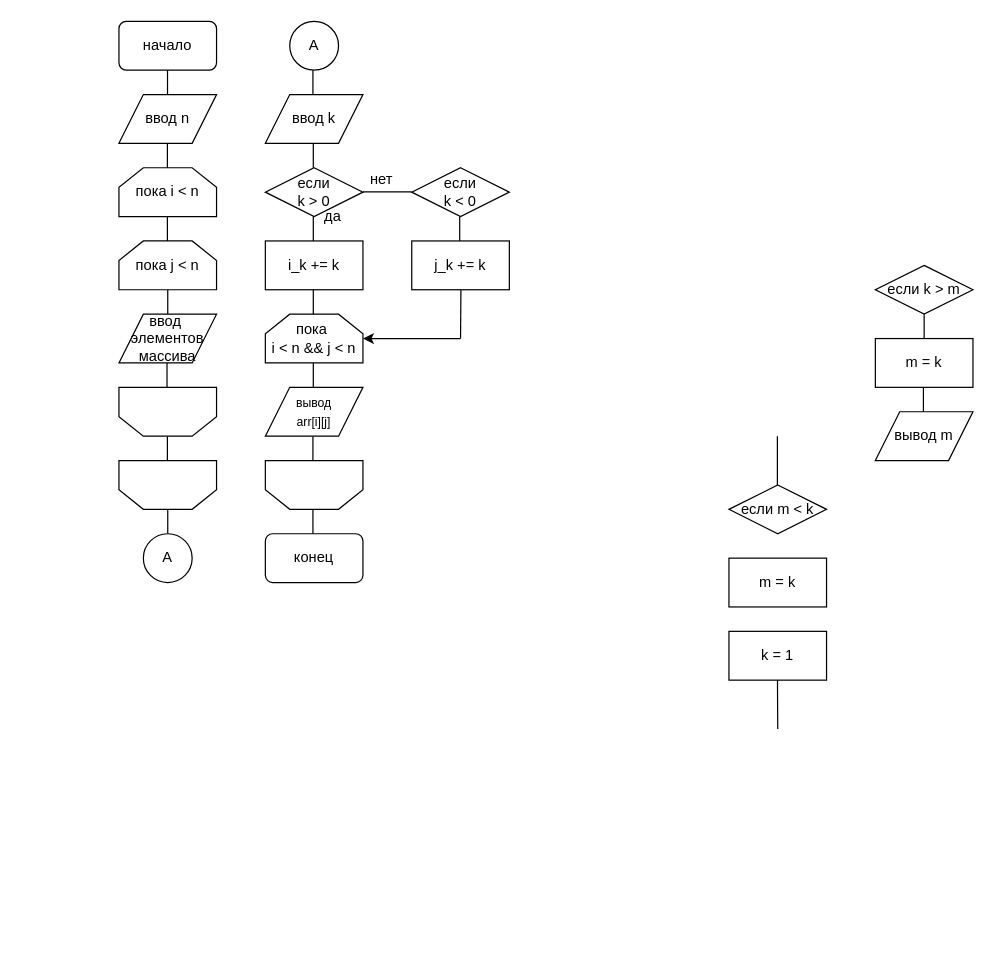
This is Untitled Diagram.drawio from AGCher/TiMP_lab1, a draw.io file, before an edit. Source tidied: cells renumbered, new cells numbered last; positions are measured from the earlier drawing's top-left corner, leaving out a move shared by most shapes. Both pictures are drawn from the tidied source at 122%, with x=0, y=0 at pixel (118, 21).
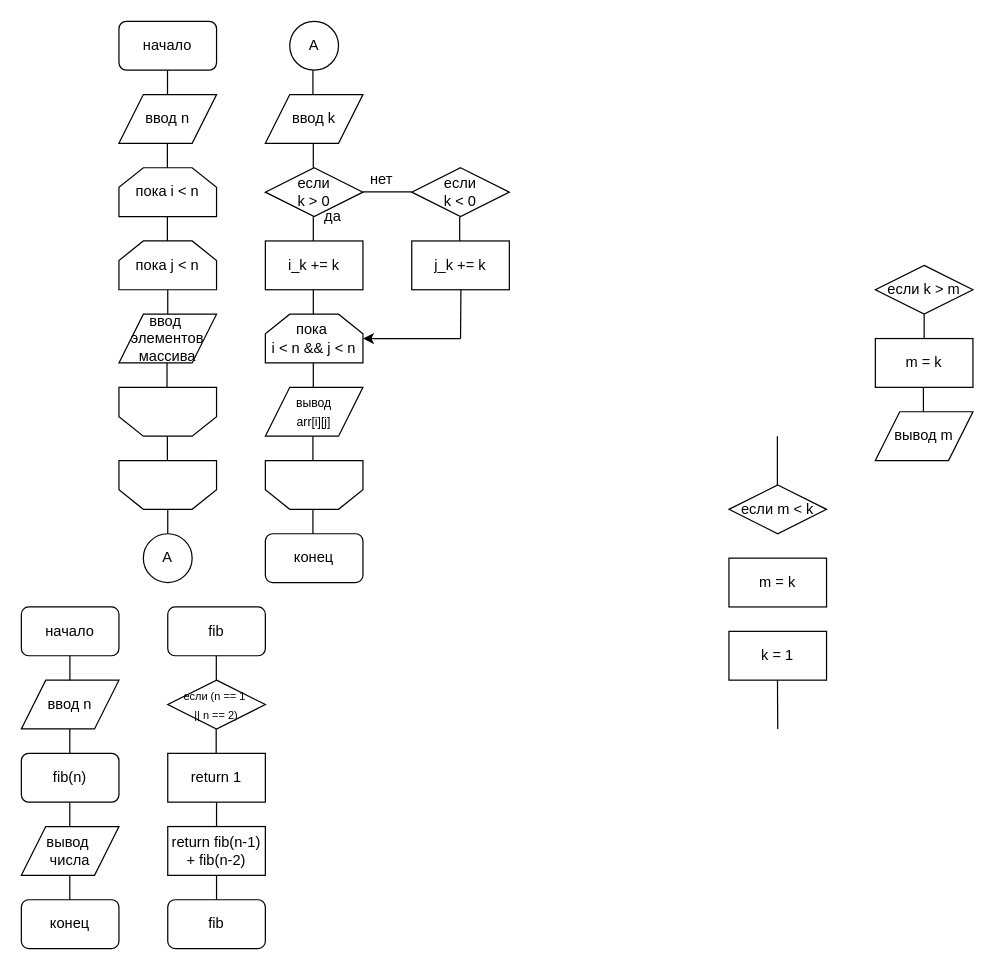
The same page after the edit.

The edit, as a diff of the source:
```diff
@@
+    <mxCell id="50" value="начало" style="rounded=1;whiteSpace=wrap;html=1;" parent="1" vertex="1">
+      <mxGeometry x="-80" y="480" width="80" height="40" as="geometry" />
+    </mxCell>
+    <mxCell id="51" value="ввод n" style="shape=parallelogram;perimeter=parallelogramPerimeter;whiteSpace=wrap;html=1;fixedSize=1;" parent="1" vertex="1">
+      <mxGeometry x="-80" y="540" width="80" height="40" as="geometry" />
+    </mxCell>
+    <mxCell id="52" style="endArrow=none;html=1;" parent="1" edge="1">
+      <mxGeometry relative="1" as="geometry">
+        <mxPoint x="-40.2" y="540" as="sourcePoint" />
+        <mxPoint x="-40.2" y="520" as="targetPoint" />
+        <Array as="points">
+          <mxPoint x="-40.2" y="530" />
+        </Array>
+      </mxGeometry>
+    </mxCell>
+    <mxCell id="53" style="endArrow=none;html=1;" parent="1" edge="1">
+      <mxGeometry relative="1" as="geometry">
+        <mxPoint x="79.7" y="600" as="sourcePoint" />
+        <mxPoint x="79.7" y="580" as="targetPoint" />
+        <Array as="points">
+          <mxPoint x="79.7" y="590" />
+        </Array>
+      </mxGeometry>
+    </mxCell>
+    <mxCell id="54" style="endArrow=none;html=1;" parent="1" edge="1">
+      <mxGeometry relative="1" as="geometry">
+        <mxPoint x="80" y="660" as="sourcePoint" />
+        <mxPoint x="80" y="640" as="targetPoint" />
+        <Array as="points">
+          <mxPoint x="80" y="650" />
+        </Array>
+      </mxGeometry>
+    </mxCell>
+    <mxCell id="55" style="endArrow=none;html=1;" parent="1" edge="1">
+      <mxGeometry relative="1" as="geometry">
+        <mxPoint x="-40.3" y="600" as="sourcePoint" />
+        <mxPoint x="-40.3" y="580" as="targetPoint" />
+        <Array as="points">
+          <mxPoint x="-40.3" y="590" />
+        </Array>
+      </mxGeometry>
+    </mxCell>
+    <mxCell id="56" value="конец" style="rounded=1;whiteSpace=wrap;html=1;" parent="1" vertex="1">
+      <mxGeometry x="-80" y="720" width="80" height="40" as="geometry" />
+    </mxCell>
+    <mxCell id="57" value="fib" style="rounded=1;whiteSpace=wrap;html=1;" parent="1" vertex="1">
+      <mxGeometry x="40" y="480" width="80" height="40" as="geometry" />
+    </mxCell>
+    <mxCell id="58" style="endArrow=none;html=1;" parent="1" edge="1">
+      <mxGeometry relative="1" as="geometry">
+        <mxPoint x="79.8" y="540" as="sourcePoint" />
+        <mxPoint x="79.8" y="520" as="targetPoint" />
+        <Array as="points">
+          <mxPoint x="79.8" y="530" />
+        </Array>
+      </mxGeometry>
+    </mxCell>
+    <mxCell id="59" style="endArrow=none;html=1;" parent="1" edge="1">
+      <mxGeometry relative="1" as="geometry">
+        <mxPoint x="-40.3" y="720" as="sourcePoint" />
+        <mxPoint x="-40.3" y="700" as="targetPoint" />
+        <Array as="points">
+          <mxPoint x="-40.3" y="710" />
+        </Array>
+      </mxGeometry>
+    </mxCell>
+    <mxCell id="60" style="endArrow=none;html=1;" parent="1" edge="1">
+      <mxGeometry relative="1" as="geometry">
+        <mxPoint x="80" y="720" as="sourcePoint" />
+        <mxPoint x="80" y="700" as="targetPoint" />
+        <Array as="points">
+          <mxPoint x="80" y="710" />
+        </Array>
+      </mxGeometry>
+    </mxCell>
+    <mxCell id="61" style="endArrow=none;html=1;" parent="1" edge="1">
+      <mxGeometry relative="1" as="geometry">
+        <mxPoint x="-40.3" y="660" as="sourcePoint" />
+        <mxPoint x="-40.3" y="640" as="targetPoint" />
+        <Array as="points">
+          <mxPoint x="-40.3" y="650" />
+        </Array>
+      </mxGeometry>
+    </mxCell>
+    <mxCell id="62" value="&lt;font style=&quot;font-size: 9px&quot;&gt;если (n == 1&amp;nbsp;&lt;br&gt;|| n == 2)&lt;/font&gt;" style="rhombus;whiteSpace=wrap;html=1;" parent="1" vertex="1">
+      <mxGeometry x="40" y="540" width="80" height="40" as="geometry" />
+    </mxCell>
+    <mxCell id="63" value="return 1" style="rounded=0;whiteSpace=wrap;html=1;" parent="1" vertex="1">
+      <mxGeometry x="40" y="600" width="80" height="40" as="geometry" />
+    </mxCell>
+    <mxCell id="64" value="return fib(n-1)&lt;br&gt;+ fib(n-2)" style="rounded=0;whiteSpace=wrap;html=1;" parent="1" vertex="1">
+      <mxGeometry x="40" y="660" width="80" height="40" as="geometry" />
+    </mxCell>
+    <mxCell id="65" value="fib(n)" style="rounded=1;whiteSpace=wrap;html=1;" parent="1" vertex="1">
+      <mxGeometry x="-80" y="600" width="80" height="40" as="geometry" />
+    </mxCell>
+    <mxCell id="66" value="вывод&amp;nbsp;&lt;br&gt;числа" style="shape=parallelogram;perimeter=parallelogramPerimeter;whiteSpace=wrap;html=1;fixedSize=1;" parent="1" vertex="1">
+      <mxGeometry x="-80" y="660" width="80" height="40" as="geometry" />
+    </mxCell>
+    <mxCell id="67" value="fib" style="rounded=1;whiteSpace=wrap;html=1;" parent="1" vertex="1">
+      <mxGeometry x="40" y="720" width="80" height="40" as="geometry" />
+    </mxCell>
```
